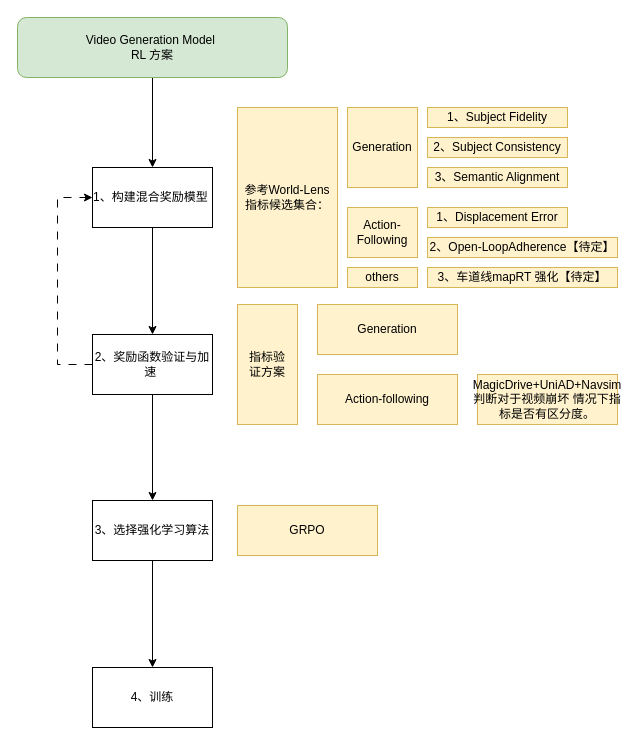
Before: 未命名绘图.drawio in NinoNeumann/drawio_projects, a draw.io diagram. Source tidied: cells renumbered, new cells numbered last; positions are measured from the earlier drawing's top-left corner, leaving out a move shared by most shapes. Both pictures are drawn from the tidied source at 100%, with x=0, y=0 at pixel (17, 17).
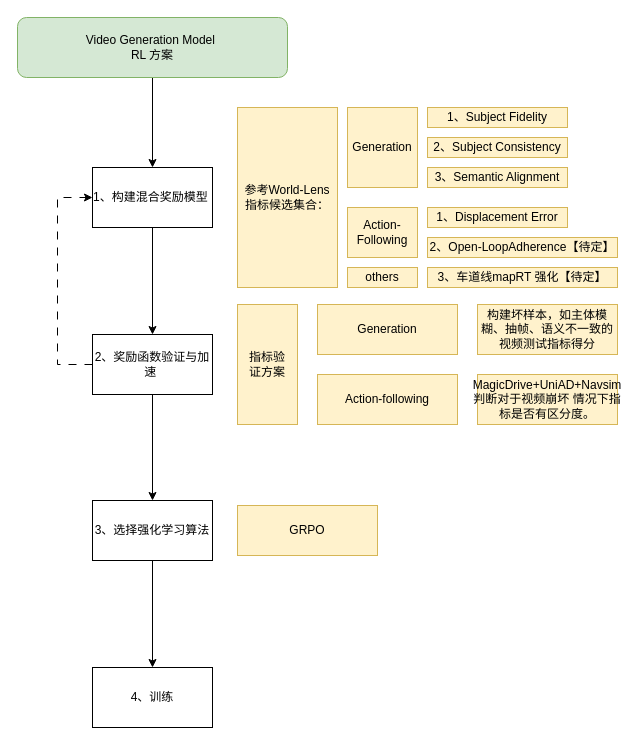
Above is the later version.

Diff of the diagram source:
```diff
@@
+    <mxCell id="27" value="构建坏样本，如主体模糊、抽帧、语义不一致的视频测试指标得分" style="rounded=0;whiteSpace=wrap;html=1;fillColor=#fff2cc;strokeColor=#d6b656;" parent="1" vertex="1">
+      <mxGeometry x="460" y="287" width="140" height="50" as="geometry" />
+    </mxCell>
```
